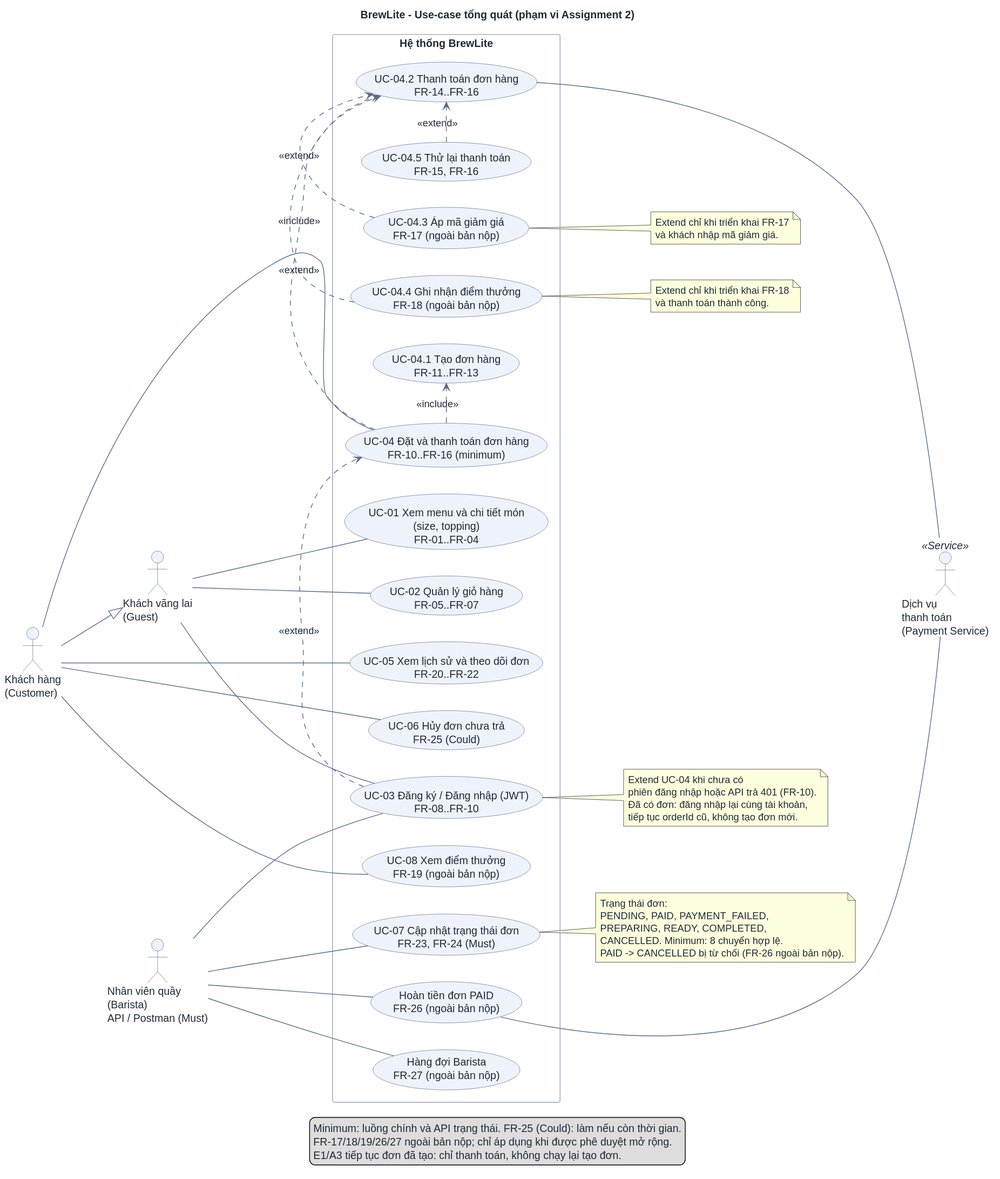
Earlier version of the PlantUML export docs/requirements/use-case-overview.svg (DuVinhLoi/BrewLite).
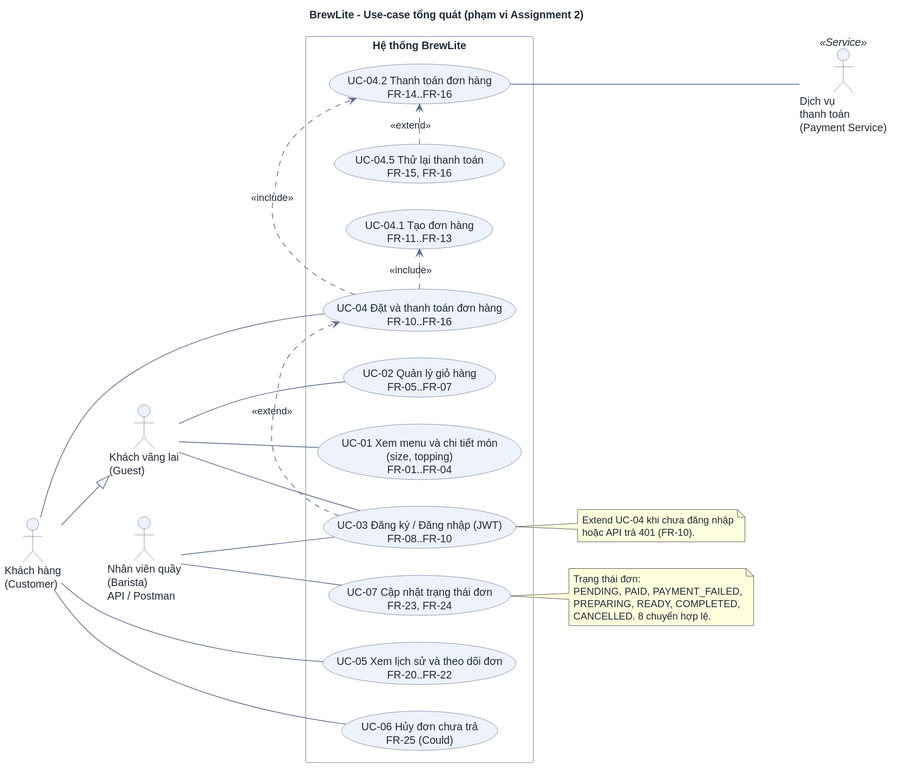
Above is the later version.

Commit message:
docs(requirements): drop out-of-scope use cases from diagrams

Diff of the diagram source:
```diff
@@ -18,7 +18,7 @@
 
 actor "Khách vãng lai\n(Guest)" as Guest
 actor "Khách hàng\n(Customer)" as Customer
-actor "Nhân viên quầy\n(Barista)\nAPI / Postman (Must)" as Barista
+actor "Nhân viên quầy\n(Barista)\nAPI / Postman" as Barista
 actor "Dịch vụ\nthanh toán\n(Payment Service)" as Pay <<Service>>
 
 Customer --|> Guest
@@ -27,18 +27,13 @@
   usecase "UC-01 Xem menu và chi tiết món\n(size, topping)\nFR-01..FR-04" as UC01
   usecase "UC-02 Quản lý giỏ hàng\nFR-05..FR-07" as UC02
   usecase "UC-03 Đăng ký / Đăng nhập (JWT)\nFR-08..FR-10" as UC03
-  usecase "UC-04 Đặt và thanh toán đơn hàng\nFR-10..FR-16 (minimum)" as UC04
+  usecase "UC-04 Đặt và thanh toán đơn hàng\nFR-10..FR-16" as UC04
   usecase "UC-04.1 Tạo đơn hàng\nFR-11..FR-13" as UC041
   usecase "UC-04.2 Thanh toán đơn hàng\nFR-14..FR-16" as UC042
-  usecase "UC-04.3 Áp mã giảm giá\nFR-17 (ngoài bản nộp)" as UC043
-  usecase "UC-04.4 Ghi nhận điểm thưởng\nFR-18 (ngoài bản nộp)" as UC044
   usecase "UC-04.5 Thử lại thanh toán\nFR-15, FR-16" as UC045
   usecase "UC-05 Xem lịch sử và theo dõi đơn\nFR-20..FR-22" as UC05
   usecase "UC-06 Hủy đơn chưa trả\nFR-25 (Could)" as UC06
-  usecase "UC-07 Cập nhật trạng thái đơn\nFR-23, FR-24 (Must)" as UC07
-  usecase "Hoàn tiền đơn PAID\nFR-26 (ngoài bản nộp)" as Refund
-  usecase "Hàng đợi Barista\nFR-27 (ngoài bản nộp)" as Queue
-  usecase "UC-08 Xem điểm thưởng\nFR-19 (ngoài bản nộp)" as UC08
+  usecase "UC-07 Cập nhật trạng thái đơn\nFR-23, FR-24" as UC07
 }
 
 Guest --- UC01
@@ -48,51 +43,26 @@
 Customer --- UC04
 Customer --- UC05
 Customer --- UC06
-Customer --- UC08
 
 Barista --- UC03
 Barista --- UC07
-Barista --- Refund
-Barista --- Queue
 
 UC04 .> UC041 : <<include>>
 UC04 .> UC042 : <<include>>
-UC043 .> UC042 : <<extend>>
-UC044 .> UC042 : <<extend>>
 UC045 .> UC042 : <<extend>>
 UC03 .> UC04 : <<extend>>
 
 UC042 --- Pay
-Refund --- Pay
 
 note right of UC03
-  Extend UC-04 khi chưa có
-  phiên đăng nhập hoặc API trả 401 (FR-10).
-  Đã có đơn: đăng nhập lại cùng tài khoản,
-  tiếp tục orderId cũ, không tạo đơn mới.
+  Extend UC-04 khi chưa đăng nhập
+  hoặc API trả 401 (FR-10).
 end note
 
 note right of UC07
   Trạng thái đơn:
   PENDING, PAID, PAYMENT_FAILED,
   PREPARING, READY, COMPLETED,
-  CANCELLED. Minimum: 8 chuyển hợp lệ.
-  PAID -> CANCELLED bị từ chối (FR-26 ngoài bản nộp).
+  CANCELLED. 8 chuyển hợp lệ.
 end note
-
-note right of UC043
-  Extend chỉ khi triển khai FR-17
-  và khách nhập mã giảm giá.
-end note
-
-note right of UC044
-  Extend chỉ khi triển khai FR-18
-  và thanh toán thành công.
-end note
-
-legend bottom
-  Minimum: luồng chính và API trạng thái. FR-25 (Could): làm nếu còn thời gian.
-  FR-17/18/19/26/27 ngoài bản nộp; chỉ áp dụng khi được phê duyệt mở rộng.
-  E1/A3 tiếp tục đơn đã tạo: chỉ thanh toán, không chạy lại tạo đơn.
-endlegend
 @enduml
```
